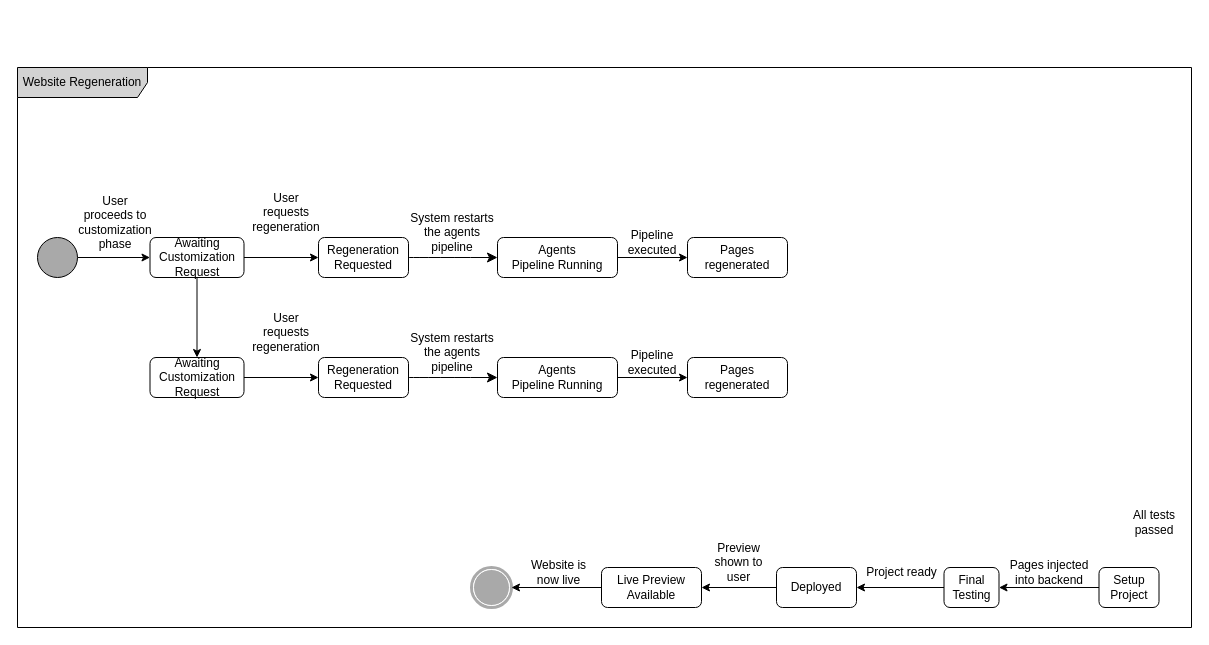
Before: page "Page-11" (9 of 9) of Untitled Diagram.drawio in FrozenEnigma51051/Draw.io, a draw.io diagram. Source tidied: cells renumbered, new cells numbered last; positions are measured from the earlier drawing's top-left corner, leaving out a move shared by most shapes. Both pictures are drawn from the tidied source at 100%, with x=0, y=0 at pixel (17, 67).
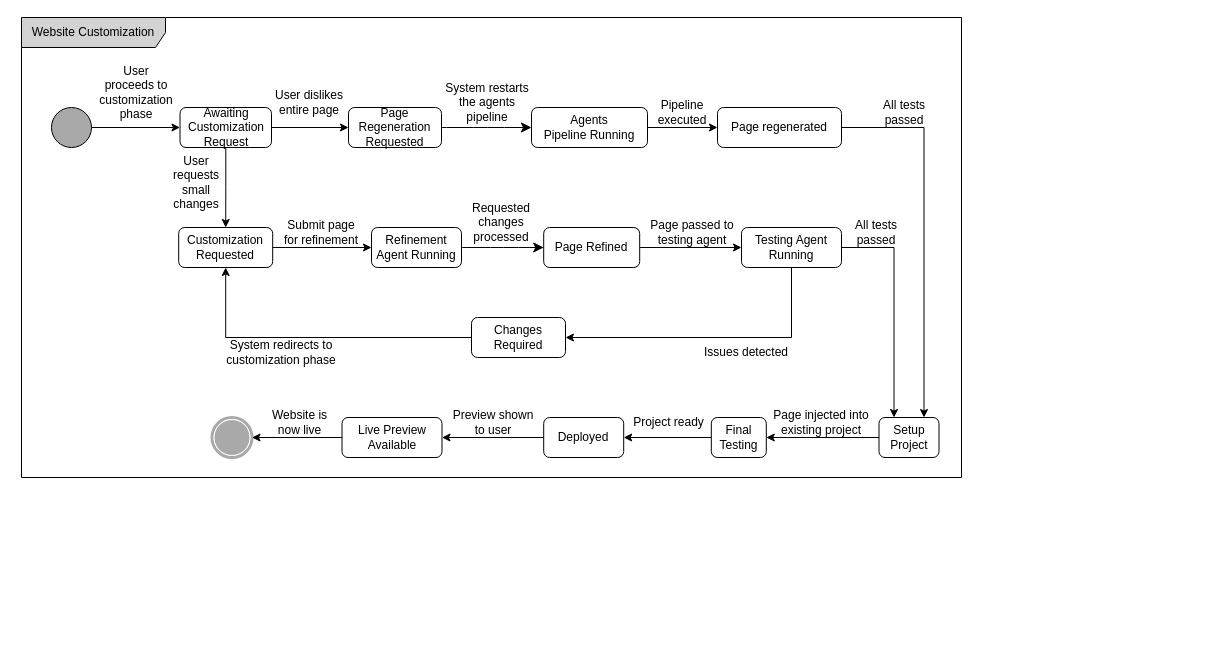
The same page after the edit.

Diff of the diagram source:
```diff
@@
-    <mxCell id="3" value="Regeneration Requested" style="rounded=1;whiteSpace=wrap;html=1;" parent="1" vertex="1">
-      <mxGeometry x="301" y="170" width="90" height="40" as="geometry" />
+    <mxCell id="3" value="Page Regeneration Requested" style="rounded=1;whiteSpace=wrap;html=1;" parent="1" vertex="1">
+      <mxGeometry x="331" y="40" width="93" height="40" as="geometry" />
     </mxCell>
@@
     <mxCell id="5" style="ellipse;whiteSpace=wrap;html=1;rounded=0;shadow=0;comic=0;labelBackgroundColor=none;strokeWidth=1;fillColor=#A9A9A9;fontFamily=Verdana;fontSize=12;align=center;" parent="1" vertex="1">
-      <mxGeometry x="20" y="170" width="40" height="40" as="geometry" />
+      <mxGeometry x="34" y="40" width="40" height="40" as="geometry" />
     </mxCell>
     <mxCell id="6" style="shape=mxgraph.bpmn.shape;html=1;verticalLabelPosition=bottom;labelBackgroundColor=#ffffff;verticalAlign=top;perimeter=ellipsePerimeter;outline=end;symbol=terminate;rounded=0;shadow=0;comic=0;strokeWidth=1;fontFamily=Verdana;fontSize=12;align=center;strokeColor=#A9A9A9;fillColor=#FFFFFF;" parent="1" vertex="1">
-      <mxGeometry x="454" y="500" width="40" height="40" as="geometry" />
+      <mxGeometry x="194.5" y="350" width="40" height="40" as="geometry" />
     </mxCell>
@@
     <mxCell id="9" value="Awaiting Customization Request" style="rounded=1;whiteSpace=wrap;html=1;" parent="1" vertex="1">
-      <mxGeometry x="132.5" y="170" width="94" height="40" as="geometry" />
+      <mxGeometry x="162.5" y="40" width="91.5" height="40" as="geometry" />
     </mxCell>
@@
     <mxCell id="11" value="Live Preview Available" style="rounded=1;whiteSpace=wrap;html=1;" parent="1" vertex="1">
-      <mxGeometry x="584" y="500" width="100" height="40" as="geometry" />
+      <mxGeometry x="324.5" y="350" width="100" height="40" as="geometry" />
     </mxCell>
@@
     <mxCell id="13" value="Deployed" style="rounded=1;whiteSpace=wrap;html=1;" parent="1" vertex="1">
-      <mxGeometry x="759" y="500" width="80" height="40" as="geometry" />
+      <mxGeometry x="526.2" y="350" width="80" height="40" as="geometry" />
     </mxCell>
@@
     <mxCell id="15" value="Final Testing" style="rounded=1;whiteSpace=wrap;html=1;" parent="1" vertex="1">
-      <mxGeometry x="926.5" y="500" width="55" height="40" as="geometry" />
+      <mxGeometry x="693.8" y="350" width="55" height="40" as="geometry" />
     </mxCell>
@@
     <mxCell id="17" value="Setup Project" style="rounded=1;whiteSpace=wrap;html=1;" parent="1" vertex="1">
-      <mxGeometry x="1081.5" y="500" width="60" height="40" as="geometry" />
+      <mxGeometry x="861.5" y="350" width="60" height="40" as="geometry" />
     </mxCell>
     <mxCell id="18" value="System restarts the agents pipeline" style="text;strokeColor=none;align=center;fillColor=none;html=1;verticalAlign=middle;whiteSpace=wrap;rounded=0;" parent="1" vertex="1">
-      <mxGeometry x="390" y="160" width="90" height="10" as="geometry" />
+      <mxGeometry x="425" y="30" width="90" height="10" as="geometry" />
     </mxCell>
-    <mxCell id="19" value="User requests regeneration" style="text;strokeColor=none;align=center;fillColor=none;html=1;verticalAlign=middle;whiteSpace=wrap;rounded=0;" parent="1" vertex="1">
-      <mxGeometry x="244" y="130" width="50" height="30" as="geometry" />
+    <mxCell id="19" value="User dislikes entire page" style="text;strokeColor=none;align=center;fillColor=none;html=1;verticalAlign=middle;whiteSpace=wrap;rounded=0;" parent="1" vertex="1">
+      <mxGeometry x="256.5" y="20" width="70" height="30" as="geometry" />
     </mxCell>
     <mxCell id="20" value="User proceeds to customization phase" style="text;strokeColor=none;align=center;fillColor=none;html=1;verticalAlign=middle;whiteSpace=wrap;rounded=0;" parent="1" vertex="1">
-      <mxGeometry x="62.5" y="140" width="70" height="30" as="geometry" />
+      <mxGeometry x="84" y="10" width="70" height="30" as="geometry" />
     </mxCell>
-    <mxCell id="21" value="Pages injected into backend" style="text;strokeColor=none;align=center;fillColor=none;html=1;verticalAlign=middle;whiteSpace=wrap;rounded=0;" parent="1" vertex="1">
-      <mxGeometry x="981.5" y="490" width="100" height="30" as="geometry" />
+    <mxCell id="21" value="Page injected into existing project" style="text;strokeColor=none;align=center;fillColor=none;html=1;verticalAlign=middle;whiteSpace=wrap;rounded=0;" parent="1" vertex="1">
+      <mxGeometry x="754" y="340" width="100" height="30" as="geometry" />
     </mxCell>
     <mxCell id="22" value="Project ready" style="text;strokeColor=none;align=center;fillColor=none;html=1;verticalAlign=middle;whiteSpace=wrap;rounded=0;" parent="1" vertex="1">
-      <mxGeometry x="831.5" y="490" width="105" height="30" as="geometry" />
+      <mxGeometry x="598.8" y="340" width="105" height="30" as="geometry" />
     </mxCell>
     <mxCell id="23" value="Preview shown to user" style="text;strokeColor=none;align=center;fillColor=none;html=1;verticalAlign=middle;whiteSpace=wrap;rounded=0;" parent="1" vertex="1">
-      <mxGeometry x="684" y="480" width="75" height="30" as="geometry" />
+      <mxGeometry x="434" y="340" width="84" height="30" as="geometry" />
     </mxCell>
     <mxCell id="24" value="Website is now live" style="text;strokeColor=none;align=center;fillColor=none;html=1;verticalAlign=middle;whiteSpace=wrap;rounded=0;" parent="1" vertex="1">
-      <mxGeometry x="504" y="490" width="75" height="30" as="geometry" />
+      <mxGeometry x="244.5" y="340" width="75" height="30" as="geometry" />
     </mxCell>
-    <mxCell id="25" value="Website Regeneration" style="shape=umlFrame;whiteSpace=wrap;html=1;width=130;height=30;fillColor=#D3D3D3;" parent="1" vertex="1">
-      <mxGeometry width="1174" height="560" as="geometry" />
+    <mxCell id="25" value="Website Customization" style="shape=umlFrame;whiteSpace=wrap;html=1;width=144;height=30;fillColor=#D3D3D3;" parent="1" vertex="1">
+      <mxGeometry x="4" y="-50" width="940" height="460" as="geometry" />
     </mxCell>
@@
     <mxCell id="27" value="Agents&lt;div&gt;Pipeline Running&lt;/div&gt;" style="rounded=1;whiteSpace=wrap;html=1;" parent="1" vertex="1">
-      <mxGeometry x="480" y="170" width="120" height="40" as="geometry" />
+      <mxGeometry x="514" y="40" width="116" height="40" as="geometry" />
     </mxCell>
+    <mxCell id="41" style="edgeStyle=orthogonalEdgeStyle;rounded=0;jettySize=auto;html=1;entryX=0.75;entryY=0;entryDx=0;entryDy=0;" parent="1" edge="1" source="28" target="17">
+      <mxGeometry relative="1" as="geometry" />
+    </mxCell>
-    <mxCell id="28" value="Pages regenerated" style="rounded=1;whiteSpace=wrap;html=1;" parent="1" vertex="1">
-      <mxGeometry x="670" y="170" width="100" height="40" as="geometry" />
+    <mxCell id="28" value="Page regenerated" style="rounded=1;whiteSpace=wrap;html=1;" parent="1" vertex="1">
+      <mxGeometry x="700" y="40" width="124" height="40" as="geometry" />
     </mxCell>
     <mxCell id="29" value="Pipeline executed" style="text;strokeColor=none;align=center;fillColor=none;html=1;verticalAlign=middle;whiteSpace=wrap;rounded=0;" parent="1" vertex="1">
-      <mxGeometry x="590" y="170" width="90" height="10" as="geometry" />
+      <mxGeometry x="620" y="40" width="90" height="10" as="geometry" />
     </mxCell>
     <mxCell id="30" value="All tests passed" style="text;strokeColor=none;align=center;fillColor=none;html=1;verticalAlign=middle;whiteSpace=wrap;rounded=0;" parent="1" vertex="1">
-      <mxGeometry x="1111.5" y="450" width="50" height="10" as="geometry" />
+      <mxGeometry x="861.5" y="40" width="50" height="10" as="geometry" />
     </mxCell>
@@
-    <mxCell id="32" value="Regeneration Requested" style="rounded=1;whiteSpace=wrap;html=1;" parent="1" vertex="1">
-      <mxGeometry x="301" y="290" width="90" height="40" as="geometry" />
+    <mxCell id="32" value="Refinement Agent Running" style="rounded=1;whiteSpace=wrap;html=1;" parent="1" vertex="1">
+      <mxGeometry x="354" y="160" width="90" height="40" as="geometry" />
     </mxCell>
@@
-    <mxCell id="34" value="Awaiting Customization Request" style="rounded=1;whiteSpace=wrap;html=1;" parent="1" vertex="1">
-      <mxGeometry x="132.5" y="290" width="94" height="40" as="geometry" />
+    <mxCell id="34" value="Customization Requested" style="rounded=1;whiteSpace=wrap;html=1;" parent="1" vertex="1">
+      <mxGeometry x="161.2" y="160" width="94" height="40" as="geometry" />
     </mxCell>
-    <mxCell id="35" value="System restarts the agents pipeline" style="text;strokeColor=none;align=center;fillColor=none;html=1;verticalAlign=middle;whiteSpace=wrap;rounded=0;" parent="1" vertex="1">
-      <mxGeometry x="390" y="280" width="90" height="10" as="geometry" />
+    <mxCell id="35" value="Requested changes processed" style="text;strokeColor=none;align=center;fillColor=none;html=1;verticalAlign=middle;whiteSpace=wrap;rounded=0;" parent="1" vertex="1">
+      <mxGeometry x="434" y="150" width="100" height="10" as="geometry" />
     </mxCell>
-    <mxCell id="36" value="User requests regeneration" style="text;strokeColor=none;align=center;fillColor=none;html=1;verticalAlign=middle;whiteSpace=wrap;rounded=0;" parent="1" vertex="1">
-      <mxGeometry x="244" y="250" width="50" height="30" as="geometry" />
+    <mxCell id="36" value="Submit page for refinement" style="text;strokeColor=none;align=center;fillColor=none;html=1;verticalAlign=middle;whiteSpace=wrap;rounded=0;" parent="1" vertex="1">
+      <mxGeometry x="264" y="150" width="80" height="30" as="geometry" />
     </mxCell>
@@
-    <mxCell id="38" value="Agents&lt;div&gt;Pipeline Running&lt;/div&gt;" style="rounded=1;whiteSpace=wrap;html=1;" parent="1" vertex="1">
-      <mxGeometry x="480" y="290" width="120" height="40" as="geometry" />
+    <mxCell id="38" value="Page Refined" style="rounded=1;whiteSpace=wrap;html=1;" parent="1" vertex="1">
+      <mxGeometry x="526.2" y="160" width="96" height="40" as="geometry" />
     </mxCell>
+    <mxCell id="42" style="edgeStyle=orthogonalEdgeStyle;rounded=0;jettySize=auto;html=1;entryX=1;entryY=0.5;entryDx=0;entryDy=0;" parent="1" edge="1" source="39" target="47">
+      <mxGeometry relative="1" as="geometry">
+        <Array as="points">
+          <mxPoint x="774" y="270" />
+        </Array>
+      </mxGeometry>
+    </mxCell>
+    <mxCell id="43" style="edgeStyle=orthogonalEdgeStyle;rounded=0;jettySize=auto;html=1;entryX=0.25;entryY=0;entryDx=0;entryDy=0;" parent="1" edge="1" source="39" target="17">
+      <mxGeometry relative="1" as="geometry" />
+    </mxCell>
-    <mxCell id="39" value="Pages regenerated" style="rounded=1;whiteSpace=wrap;html=1;" parent="1" vertex="1">
-      <mxGeometry x="670" y="290" width="100" height="40" as="geometry" />
+    <mxCell id="39" value="Testing Agent Running" style="rounded=1;whiteSpace=wrap;html=1;" parent="1" vertex="1">
+      <mxGeometry x="724" y="160" width="100" height="40" as="geometry" />
     </mxCell>
-    <mxCell id="40" value="Pipeline executed" style="text;strokeColor=none;align=center;fillColor=none;html=1;verticalAlign=middle;whiteSpace=wrap;rounded=0;" parent="1" vertex="1">
-      <mxGeometry x="590" y="290" width="90" height="10" as="geometry" />
+    <mxCell id="40" value="Page passed to testing agent" style="text;strokeColor=none;align=center;fillColor=none;html=1;verticalAlign=middle;whiteSpace=wrap;rounded=0;" parent="1" vertex="1">
+      <mxGeometry x="630" y="160" width="90" height="10" as="geometry" />
     </mxCell>
+    <mxCell id="44" value="User requests small changes" style="text;strokeColor=none;align=center;fillColor=none;html=1;verticalAlign=middle;whiteSpace=wrap;rounded=0;" parent="1" vertex="1">
+      <mxGeometry x="154" y="100" width="50" height="30" as="geometry" />
+    </mxCell>
+    <mxCell id="45" value="Issues detected" style="text;strokeColor=none;align=center;fillColor=none;html=1;verticalAlign=middle;whiteSpace=wrap;rounded=0;" parent="1" vertex="1">
+      <mxGeometry x="684" y="280" width="90" height="10" as="geometry" />
+    </mxCell>
+    <mxCell id="46" style="edgeStyle=orthogonalEdgeStyle;rounded=0;jettySize=auto;html=1;" parent="1" edge="1" source="47" target="34">
+      <mxGeometry relative="1" as="geometry" />
+    </mxCell>
+    <mxCell id="47" value="Changes Required" style="rounded=1;whiteSpace=wrap;html=1;" parent="1" vertex="1">
+      <mxGeometry x="454" y="250" width="94" height="40" as="geometry" />
+    </mxCell>
+    <mxCell id="48" value="System redirects to customization phase" style="text;strokeColor=none;align=center;fillColor=none;html=1;verticalAlign=middle;whiteSpace=wrap;rounded=0;" parent="1" vertex="1">
+      <mxGeometry x="204" y="280" width="120" height="10" as="geometry" />
+    </mxCell>
+    <mxCell id="49" value="All tests passed" style="text;strokeColor=none;align=center;fillColor=none;html=1;verticalAlign=middle;whiteSpace=wrap;rounded=0;" parent="1" vertex="1">
+      <mxGeometry x="834" y="160" width="50" height="10" as="geometry" />
+    </mxCell>
```
